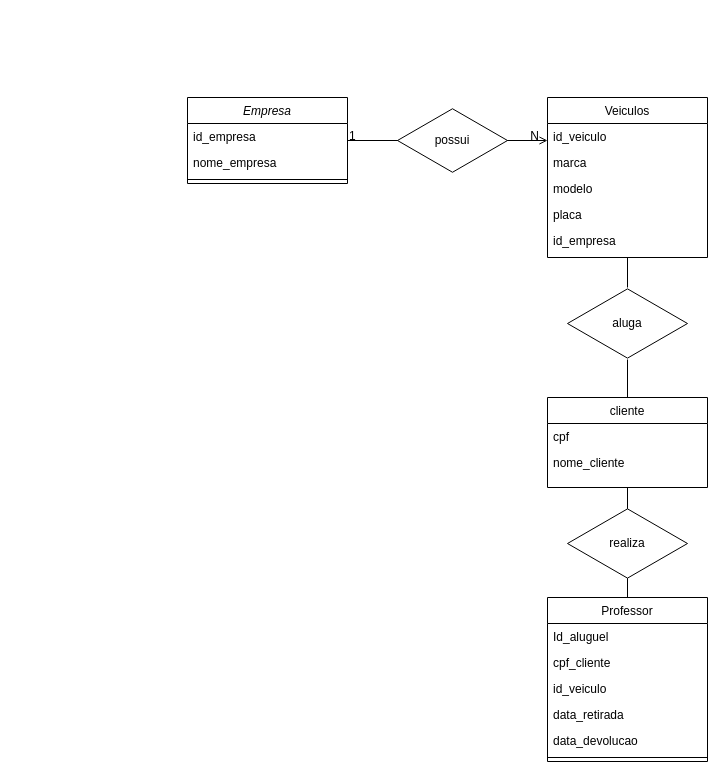
Earlier version of the draw.io diagram exercicio_1_2/empresa_carros.drawio (Marqzzs/senai_sprint1_bd). Source tidied: cells renumbered, new cells numbered last; positions are measured from the earlier drawing's top-left corner, leaving out a move shared by most shapes. Both pictures are drawn from the tidied source at 100%, with x=0, y=0 at pixel (187, 97).
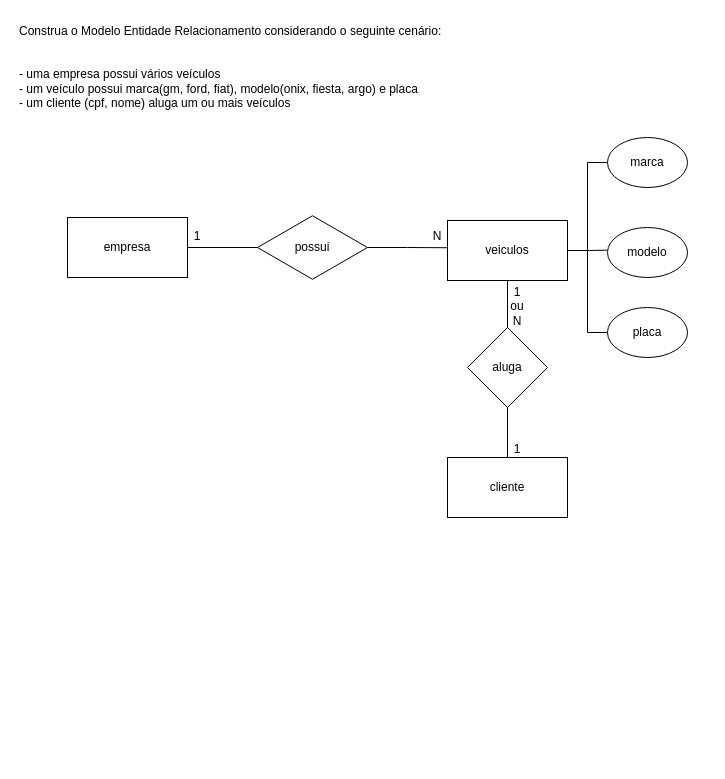
The same page after the edit.

Change to the diagram source:
```diff
@@
-    <mxCell id="2" value="Empresa" style="swimlane;fontStyle=2;align=center;verticalAlign=top;horizontal=1;startSize=26;rounded=0;shadow=0;strokeWidth=1;" parent="1" vertex="1">
-      <mxGeometry width="160" height="86" as="geometry" />
-    </mxCell>
-    <mxCell id="3" value="id_empresa" style="text;align=left;verticalAlign=top;spacingLeft=4;spacingRight=4;overflow=hidden;" parent="2" vertex="1">
-      <mxGeometry y="26" width="160" height="26" as="geometry" />
-    </mxCell>
-    <mxCell id="4" value="nome_empresa" style="text;align=left;verticalAlign=top;spacingLeft=4;spacingRight=4;overflow=hidden;rounded=0;shadow=0;html=0;flipV=1;flipH=1;" parent="2" vertex="1">
-      <mxGeometry y="52" width="160" height="26" as="geometry" />
-    </mxCell>
-    <mxCell id="5" style="line;html=1;strokeWidth=1;align=left;verticalAlign=middle;spacingTop=-1;spacingLeft=3;spacingRight=3;labelPosition=right;" parent="2" vertex="1">
-      <mxGeometry y="78" width="160" height="8" as="geometry" />
-    </mxCell>
-    <mxCell id="6" style="edgeStyle=orthogonalEdgeStyle;rounded=0;jettySize=auto;html=1;entryX=0.5;entryY=0;entryDx=0;entryDy=0;endArrow=none;endFill=0;" parent="1" edge="1" source="7" target="10">
-      <mxGeometry relative="1" as="geometry" />
-    </mxCell>
-    <mxCell id="7" value="cliente" style="swimlane;fontStyle=0;align=center;verticalAlign=top;horizontal=1;startSize=26;rounded=0;shadow=0;strokeWidth=1;" parent="1" vertex="1">
-      <mxGeometry x="360" y="300" width="160" height="90" as="geometry" />
-    </mxCell>
-    <mxCell id="8" value="cpf" style="text;align=left;verticalAlign=top;spacingLeft=4;spacingRight=4;overflow=hidden;" parent="7" vertex="1">
-      <mxGeometry y="26" width="160" height="26" as="geometry" />
-    </mxCell>
-    <mxCell id="9" value="nome_cliente" style="text;align=left;verticalAlign=top;spacingLeft=4;spacingRight=4;overflow=hidden;rounded=0;shadow=0;html=0;" parent="7" vertex="1">
-      <mxGeometry y="52" width="160" height="26" as="geometry" />
-    </mxCell>
-    <mxCell id="10" value="Professor" style="swimlane;fontStyle=0;align=center;verticalAlign=top;horizontal=1;startSize=26;rounded=0;shadow=0;strokeWidth=1;" parent="1" vertex="1">
-      <mxGeometry x="360" y="500" width="160" height="164" as="geometry" />
-    </mxCell>
-    <mxCell id="11" value="Id_aluguel&#10;&#10;&#10;" style="text;align=left;verticalAlign=top;spacingLeft=4;spacingRight=4;overflow=hidden;" parent="10" vertex="1">
-      <mxGeometry y="26" width="160" height="26" as="geometry" />
-    </mxCell>
-    <mxCell id="12" value="cpf_cliente" style="text;align=left;verticalAlign=top;spacingLeft=4;spacingRight=4;overflow=hidden;" parent="10" vertex="1">
-      <mxGeometry y="52" width="160" height="26" as="geometry" />
-    </mxCell>
-    <mxCell id="13" value="id_veiculo" style="text;align=left;verticalAlign=top;spacingLeft=4;spacingRight=4;overflow=hidden;" parent="10" vertex="1">
-      <mxGeometry y="78" width="160" height="26" as="geometry" />
-    </mxCell>
-    <mxCell id="14" value="data_retirada" style="text;align=left;verticalAlign=top;spacingLeft=4;spacingRight=4;overflow=hidden;" parent="10" vertex="1">
-      <mxGeometry y="104" width="160" height="26" as="geometry" />
-    </mxCell>
-    <mxCell id="15" value="data_devolucao" style="text;align=left;verticalAlign=top;spacingLeft=4;spacingRight=4;overflow=hidden;" parent="10" vertex="1">
-      <mxGeometry y="130" width="160" height="26" as="geometry" />
-    </mxCell>
-    <mxCell id="16" style="line;html=1;strokeWidth=1;align=left;verticalAlign=middle;spacingTop=-1;spacingLeft=3;spacingRight=3;labelPosition=right;" parent="10" vertex="1">
-      <mxGeometry y="156" width="160" height="8" as="geometry" />
-    </mxCell>
-    <mxCell id="17" style="edgeStyle=orthogonalEdgeStyle;rounded=0;jettySize=auto;html=1;entryX=0.5;entryY=0;entryDx=0;entryDy=0;endArrow=none;endFill=0;" parent="1" edge="1" source="29" target="7">
-      <mxGeometry relative="1" as="geometry" />
-    </mxCell>
-    <mxCell id="18" value="Veiculos" style="swimlane;fontStyle=0;align=center;verticalAlign=top;horizontal=1;startSize=26;rounded=0;shadow=0;strokeWidth=1;" parent="1" vertex="1">
-      <mxGeometry x="360" width="160" height="160" as="geometry" />
-    </mxCell>
-    <mxCell id="19" value="id_veiculo" style="text;align=left;verticalAlign=top;spacingLeft=4;spacingRight=4;overflow=hidden;" parent="18" vertex="1">
-      <mxGeometry y="26" width="160" height="26" as="geometry" />
-    </mxCell>
+    <mxCell id="31" style="edgeStyle=orthogonalEdgeStyle;rounded=0;jettySize=auto;html=1;entryX=-0.004;entryY=0.454;entryDx=0;entryDy=0;entryPerimeter=0;endArrow=none;endFill=0;" parent="1" edge="1" source="27" target="37">
+      <mxGeometry relative="1" as="geometry" />
+    </mxCell>
+    <mxCell id="27" value="possui" style="html=1;whiteSpace=wrap;shape=isoRectangle;" parent="1" vertex="1">
+      <mxGeometry x="70" y="117" width="110" height="66" as="geometry" />
+    </mxCell>
+    <mxCell id="32" style="edgeStyle=orthogonalEdgeStyle;rounded=0;jettySize=auto;html=1;entryX=0;entryY=0.5;entryDx=0;entryDy=0;entryPerimeter=0;endArrow=none;endFill=0;" parent="1" edge="1" source="33" target="27">
+      <mxGeometry relative="1" as="geometry" />
+    </mxCell>
+    <mxCell id="33" value="empresa" style="rounded=0;whiteSpace=wrap;html=1;" parent="1" vertex="1">
+      <mxGeometry x="-120" y="120" width="120" height="60" as="geometry" />
+    </mxCell>
+    <mxCell id="34" style="edgeStyle=orthogonalEdgeStyle;rounded=0;jettySize=auto;html=1;entryX=-0.002;entryY=0.453;entryDx=0;entryDy=0;entryPerimeter=0;endArrow=none;endFill=0;" parent="1" edge="1" source="37" target="21">
+      <mxGeometry relative="1" as="geometry" />
+    </mxCell>
+    <mxCell id="35" style="edgeStyle=orthogonalEdgeStyle;rounded=0;jettySize=auto;html=1;entryX=0;entryY=0.5;entryDx=0;entryDy=0;endArrow=none;endFill=0;" parent="1" edge="1" source="37" target="20">
+      <mxGeometry relative="1" as="geometry" />
+    </mxCell>
+    <mxCell id="36" style="edgeStyle=orthogonalEdgeStyle;rounded=0;jettySize=auto;html=1;entryX=0;entryY=0.5;entryDx=0;entryDy=0;endArrow=none;endFill=0;" parent="1" edge="1" source="37" target="22">
+      <mxGeometry relative="1" as="geometry" />
+    </mxCell>
+    <mxCell id="37" value="veiculos" style="rounded=0;whiteSpace=wrap;html=1;" parent="1" vertex="1">
+      <mxGeometry x="260" y="123" width="120" height="60" as="geometry" />
+    </mxCell>
-    <mxCell id="20" value="marca" style="text;align=left;verticalAlign=top;spacingLeft=4;spacingRight=4;overflow=hidden;points=[[0,0.5],[1,0.5]];portConstraint=eastwest;rounded=0;shadow=0;html=0;" parent="18" vertex="1">
-      <mxGeometry y="52" width="160" height="26" as="geometry" />
+    <mxCell id="20" value="marca" style="ellipse;whiteSpace=wrap;html=1;" parent="1" vertex="1">
+      <mxGeometry x="420" y="40" width="80" height="50" as="geometry" />
     </mxCell>
-    <mxCell id="21" value="modelo" style="text;align=left;verticalAlign=top;spacingLeft=4;spacingRight=4;overflow=hidden;points=[[0,0.5],[1,0.5]];portConstraint=eastwest;rounded=0;shadow=0;html=0;" parent="18" vertex="1">
-      <mxGeometry y="78" width="160" height="26" as="geometry" />
+    <mxCell id="21" value="modelo" style="ellipse;whiteSpace=wrap;html=1;" parent="1" vertex="1">
+      <mxGeometry x="420" y="130" width="80" height="50" as="geometry" />
     </mxCell>
-    <mxCell id="22" value="placa" style="text;align=left;verticalAlign=top;spacingLeft=4;spacingRight=4;overflow=hidden;points=[[0,0.5],[1,0.5]];portConstraint=eastwest;rounded=0;shadow=0;html=0;" parent="18" vertex="1">
-      <mxGeometry y="104" width="160" height="26" as="geometry" />
+    <mxCell id="22" value="placa" style="ellipse;whiteSpace=wrap;html=1;" parent="1" vertex="1">
+      <mxGeometry x="420" y="210" width="80" height="50" as="geometry" />
     </mxCell>
-    <mxCell id="23" value="id_empresa" style="text;align=left;verticalAlign=top;spacingLeft=4;spacingRight=4;overflow=hidden;rounded=0;shadow=0;html=0;" parent="18" vertex="1">
-      <mxGeometry y="130" width="160" height="26" as="geometry" />
-    </mxCell>
-    <mxCell id="24" style="endArrow=open;shadow=0;strokeWidth=1;rounded=0;endFill=1;edgeStyle=elbowEdgeStyle;elbow=vertical;" parent="1" edge="1" source="2" target="18">
-      <mxGeometry x="0.5" y="41" relative="1" as="geometry">
-        <mxPoint x="-40" y="32" as="offset" />
-      </mxGeometry>
-    </mxCell>
-    <mxCell id="25" value="1" style="align=left;verticalAlign=bottom;labelBackgroundColor=none;fontSize=12;" parent="24" vertex="1">
-      <mxGeometry x="-1" relative="1" as="geometry">
-        <mxPoint y="4" as="offset" />
-      </mxGeometry>
-    </mxCell>
+    <mxCell id="38" style="edgeStyle=orthogonalEdgeStyle;rounded=0;jettySize=auto;html=1;entryX=0.5;entryY=1;entryDx=0;entryDy=0;endArrow=none;endFill=0;" parent="1" edge="1" source="7" target="29">
+      <mxGeometry relative="1" as="geometry" />
+    </mxCell>
+    <mxCell id="7" value="cliente" style="rounded=0;whiteSpace=wrap;html=1;" parent="1" vertex="1">
+      <mxGeometry x="260" y="360" width="120" height="60" as="geometry" />
+    </mxCell>
+    <mxCell id="39" style="edgeStyle=orthogonalEdgeStyle;rounded=0;jettySize=auto;html=1;entryX=0.5;entryY=1;entryDx=0;entryDy=0;endArrow=none;endFill=0;" parent="1" edge="1" source="29" target="37">
+      <mxGeometry relative="1" as="geometry" />
+    </mxCell>
+    <mxCell id="29" value="aluga" style="rhombus;whiteSpace=wrap;html=1;" parent="1" vertex="1">
+      <mxGeometry x="280" y="230" width="80" height="80" as="geometry" />
+    </mxCell>
+    <mxCell id="40" value="1" style="text;html=1;strokeColor=none;fillColor=none;align=center;verticalAlign=middle;whiteSpace=wrap;rounded=0;" parent="1" vertex="1">
+      <mxGeometry y="130" width="20" height="17" as="geometry" />
+    </mxCell>
-    <mxCell id="26" value="N" style="align=right;verticalAlign=bottom;labelBackgroundColor=none;fontSize=12;" parent="24" vertex="1">
-      <mxGeometry x="1" relative="1" as="geometry">
-        <mxPoint x="-7" y="4" as="offset" />
-      </mxGeometry>
+    <mxCell id="26" value="N" style="text;html=1;strokeColor=none;fillColor=none;align=center;verticalAlign=middle;whiteSpace=wrap;rounded=0;" parent="1" vertex="1">
+      <mxGeometry x="240" y="130" width="20" height="17" as="geometry" />
     </mxCell>
-    <mxCell id="27" value="possui" style="html=1;whiteSpace=wrap;shape=isoRectangle;" parent="1" vertex="1">
-      <mxGeometry x="210" y="10" width="110" height="66" as="geometry" />
-    </mxCell>
-    <mxCell id="28" style="edgeStyle=orthogonalEdgeStyle;rounded=0;jettySize=auto;html=1;entryX=0.5;entryY=0;entryDx=0;entryDy=0;endArrow=none;endFill=0;" parent="1" edge="1" source="18" target="29">
-      <mxGeometry relative="1" as="geometry" />
-    </mxCell>
-    <mxCell id="29" value="aluga" style="html=1;whiteSpace=wrap;shape=isoRectangle;" parent="1" vertex="1">
-      <mxGeometry x="380" y="190" width="120" height="72" as="geometry" />
-    </mxCell>
-    <mxCell id="30" value="realiza" style="html=1;whiteSpace=wrap;shape=isoRectangle;" parent="1" vertex="1">
-      <mxGeometry x="380" y="410" width="120" height="72" as="geometry" />
-    </mxCell>
+    <mxCell id="41" value="1 ou N" style="text;html=1;strokeColor=none;fillColor=none;align=center;verticalAlign=middle;whiteSpace=wrap;rounded=0;" parent="1" vertex="1">
+      <mxGeometry x="320" y="200" width="20" height="17" as="geometry" />
+    </mxCell>
+    <mxCell id="42" value="1" style="text;html=1;strokeColor=none;fillColor=none;align=center;verticalAlign=middle;whiteSpace=wrap;rounded=0;" parent="1" vertex="1">
+      <mxGeometry x="320" y="343" width="20" height="17" as="geometry" />
+    </mxCell>
+    <mxCell id="43" value="Construa o Modelo Entidade Relacionamento considerando o seguinte cenário:&#10;&#10;&#10;- uma empresa possui vários veículos&#10;- um veículo possui marca(gm, ford, fiat), modelo(onix, fiesta, argo) e placa&#10;- um cliente (cpf, nome) aluga um ou mais veículos" style="text;whiteSpace=wrap;" parent="1" vertex="1">
+      <mxGeometry x="-170" y="-80" width="460" height="110" as="geometry" />
+    </mxCell>
```
